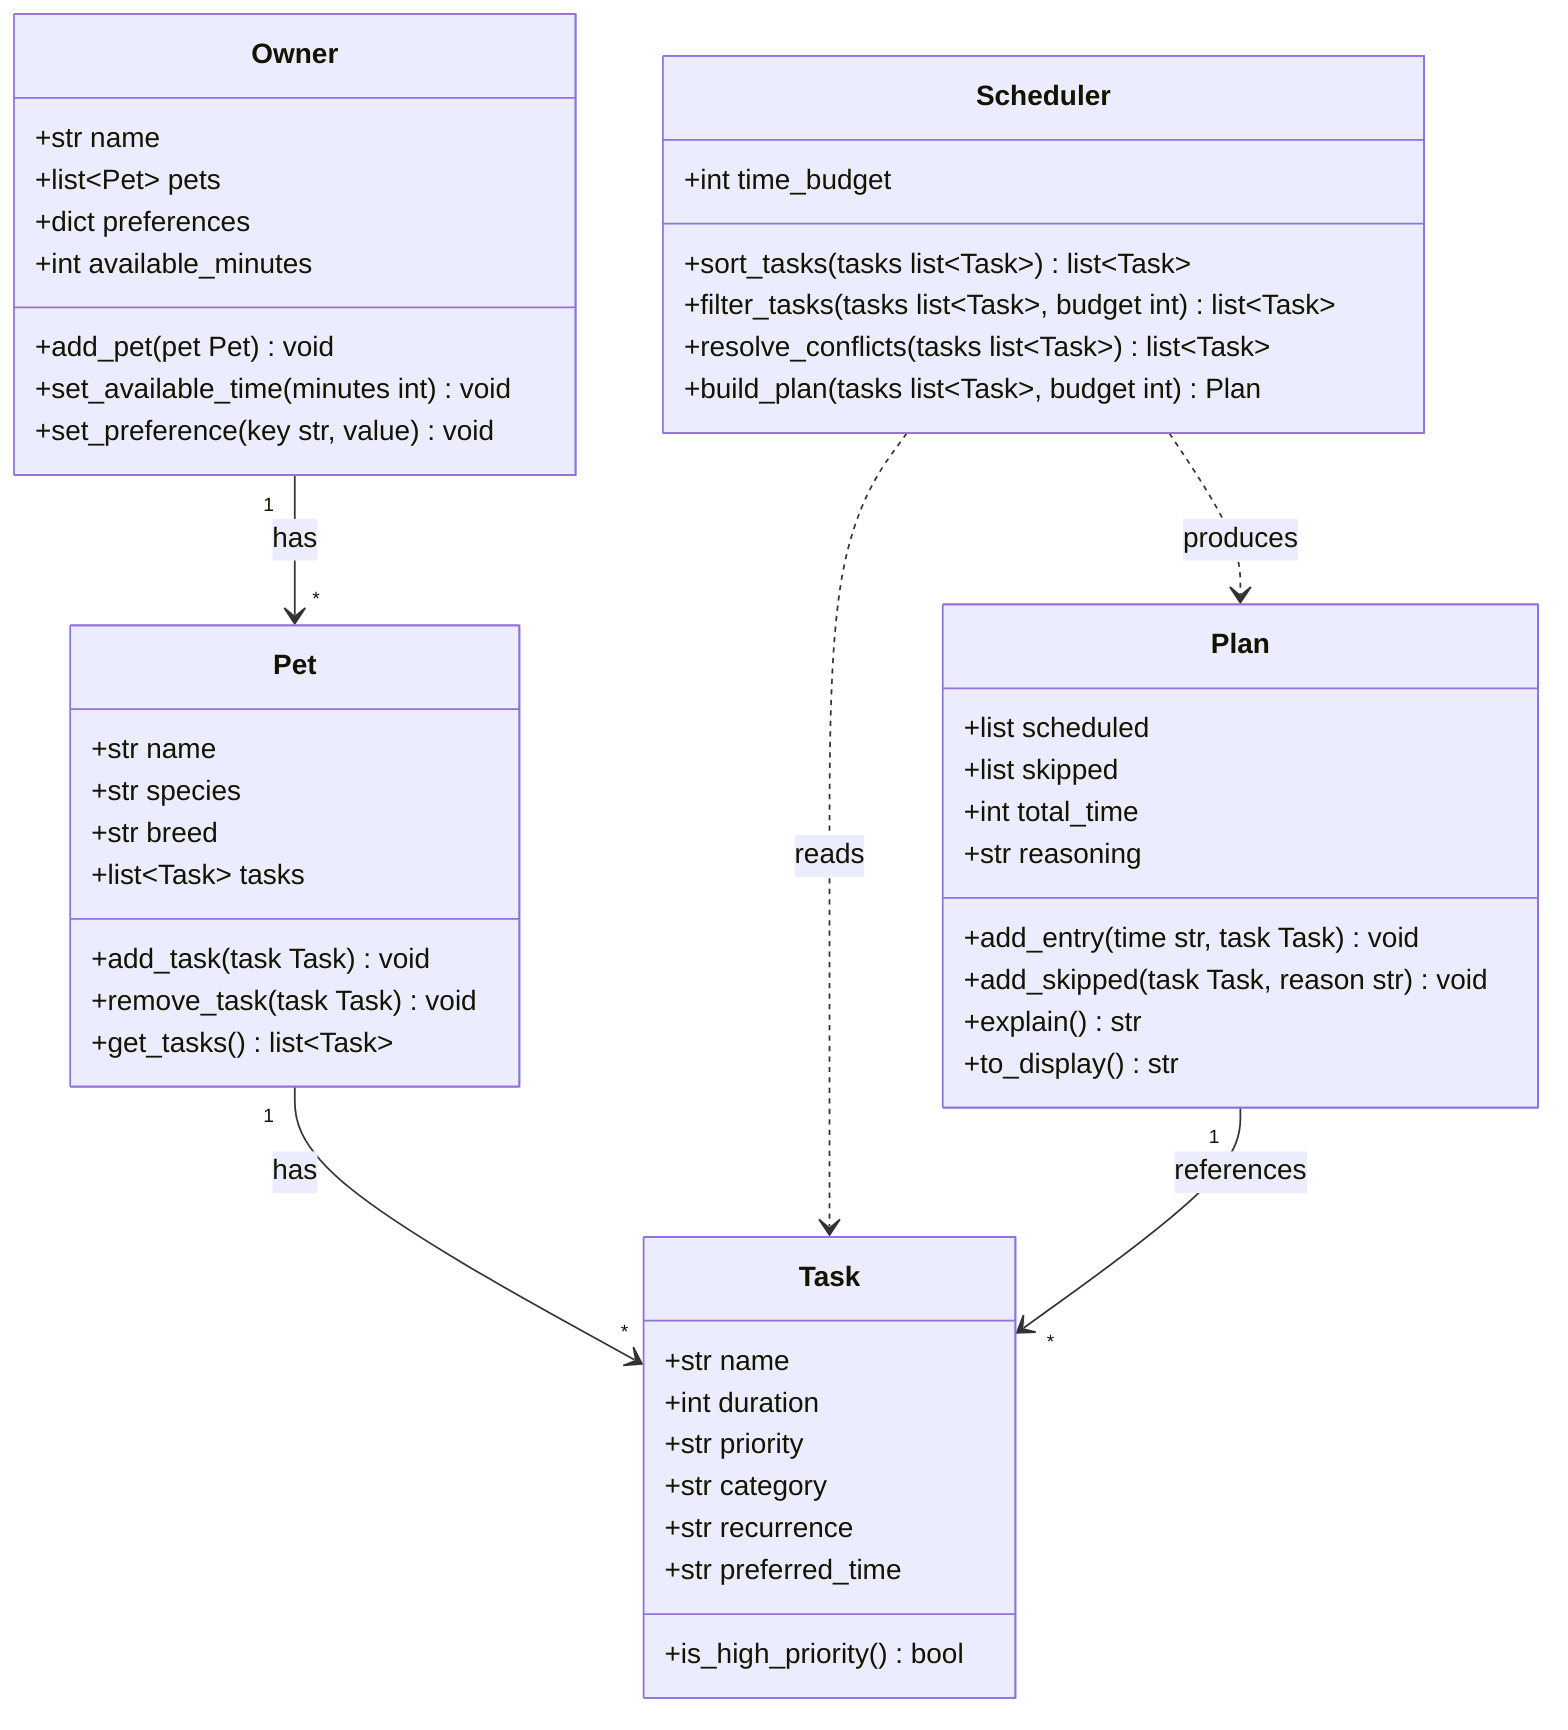
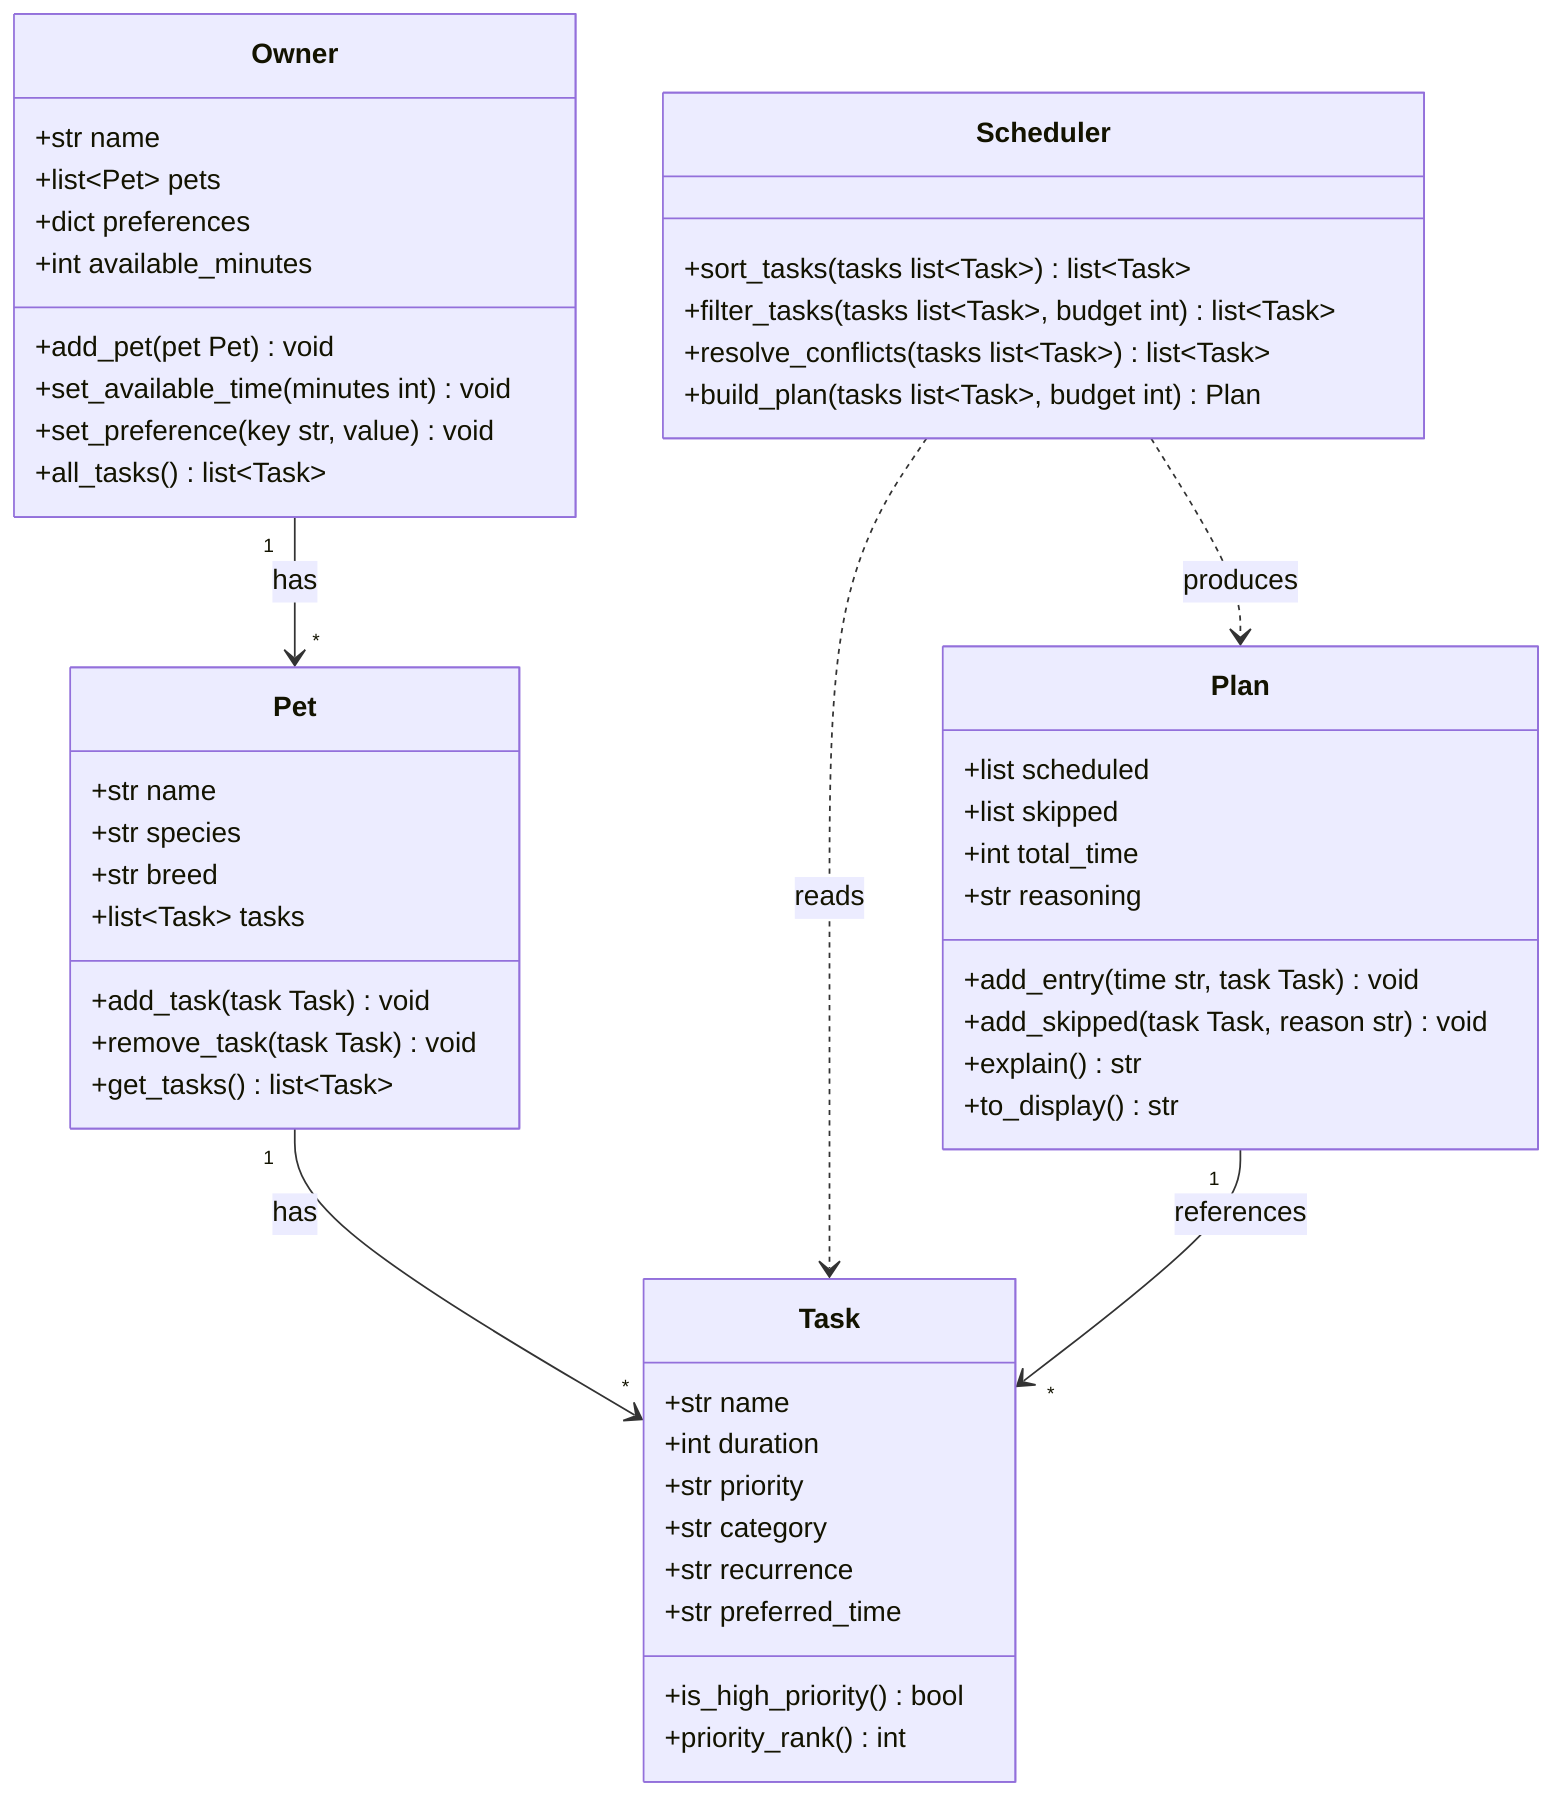
classDiagram
    %% PawPal+ working UML draft (Phase 2). Update in Phase 6 to match final code.

    class Owner {
        +str name
        +list~Pet~ pets
        +dict preferences
        +int available_minutes
        +add_pet(pet Pet) void
        +set_available_time(minutes int) void
        +set_preference(key str, value) void
+         +all_tasks() list~Task~
    }

    class Pet {
        +str name
        +str species
        +str breed
        +list~Task~ tasks
        +add_task(task Task) void
        +remove_task(task Task) void
        +get_tasks() list~Task~
    }

    class Task {
        +str name
        +int duration
        +str priority
        +str category
        +str recurrence
        +str preferred_time
        +is_high_priority() bool
+         +priority_rank() int
    }

    class Scheduler {
-         +int time_budget
        +sort_tasks(tasks list~Task~) list~Task~
        +filter_tasks(tasks list~Task~, budget int) list~Task~
        +resolve_conflicts(tasks list~Task~) list~Task~
        +build_plan(tasks list~Task~, budget int) Plan
    }

    class Plan {
        +list scheduled
        +list skipped
        +int total_time
        +str reasoning
        +add_entry(time str, task Task) void
        +add_skipped(task Task, reason str) void
        +explain() str
        +to_display() str
    }

    Owner "1" --> "*" Pet : has
    Pet "1" --> "*" Task : has
    Scheduler ..> Task : reads
    Scheduler ..> Plan : produces
    Plan "1" --> "*" Task : references
